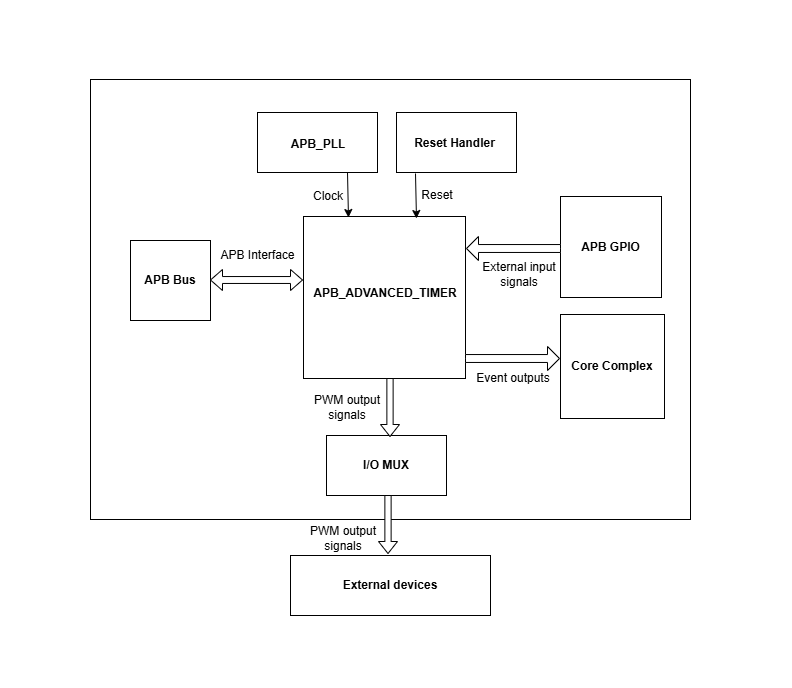
cst-rameez/core-v-mcu keeps this draw.io diagram as docs/doc-src/ip-blocks/apb_adv_timer_soc_connections.png. Above is the earlier version. Source tidied: cells renumbered, new cells last; positions are measured from the earlier drawing's top-left corner, leaving out a move shared by most shapes.
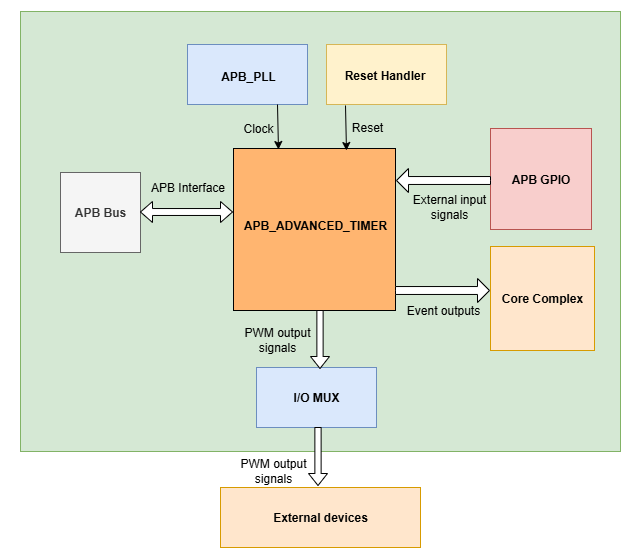
After the commit.

Commit message:
updated the apb advanced timer with diagrams

What changed in the source:
```diff
@@ -2,25 +2,25 @@
   <root>
     <mxCell id="0" />
     <mxCell id="1" parent="0" />
-    <mxCell id="2" style="rounded=0;whiteSpace=wrap;html=1;" parent="1" vertex="1">
+    <mxCell id="2" style="rounded=0;whiteSpace=wrap;html=1;fillColor=#d5e8d4;strokeColor=#82b366;" parent="1" vertex="1">
       <mxGeometry x="90" y="79" width="600" height="440" as="geometry" />
     </mxCell>
-    <mxCell id="3" style="whiteSpace=wrap;html=1;" parent="1" vertex="1">
+    <mxCell id="3" style="whiteSpace=wrap;html=1;fillColor=#FFB570;" parent="1" vertex="1">
       <mxGeometry x="303" y="216" width="162" height="162" as="geometry" />
     </mxCell>
-    <mxCell id="4" style="rounded=0;whiteSpace=wrap;html=1;" parent="1" vertex="1">
+    <mxCell id="4" style="rounded=0;whiteSpace=wrap;html=1;fillColor=#dae8fc;strokeColor=#6c8ebf;" parent="1" vertex="1">
       <mxGeometry x="257" y="112" width="120" height="60" as="geometry" />
     </mxCell>
-    <mxCell id="5" style="rounded=0;whiteSpace=wrap;html=1;" parent="1" vertex="1">
+    <mxCell id="5" style="rounded=0;whiteSpace=wrap;html=1;fillColor=#fff2cc;strokeColor=#d6b656;" parent="1" vertex="1">
       <mxGeometry x="396" y="112" width="120" height="60" as="geometry" />
     </mxCell>
-    <mxCell id="6" value="&lt;b&gt;APB Bus&lt;/b&gt;" style="whiteSpace=wrap;html=1;" parent="1" vertex="1">
+    <mxCell id="6" value="&lt;b&gt;APB Bus&lt;/b&gt;" style="whiteSpace=wrap;html=1;fillColor=#f5f5f5;fontColor=#333333;strokeColor=#666666;" parent="1" vertex="1">
       <mxGeometry x="130" y="240" width="80" height="80" as="geometry" />
     </mxCell>
-    <mxCell id="7" value="&lt;b&gt;APB GPIO&lt;/b&gt;" style="whiteSpace=wrap;html=1;" parent="1" vertex="1">
+    <mxCell id="7" value="&lt;b&gt;APB GPIO&lt;/b&gt;" style="whiteSpace=wrap;html=1;fillColor=#f8cecc;strokeColor=#b85450;" parent="1" vertex="1">
       <mxGeometry x="560" y="196" width="101" height="101" as="geometry" />
     </mxCell>
-    <mxCell id="8" value="&lt;b&gt;Core Complex&lt;/b&gt;" style="whiteSpace=wrap;html=1;" parent="1" vertex="1">
+    <mxCell id="8" value="&lt;b&gt;Core Complex&lt;/b&gt;" style="whiteSpace=wrap;html=1;fillColor=#ffe6cc;strokeColor=#d79b00;" parent="1" vertex="1">
       <mxGeometry x="560" y="314" width="104" height="104" as="geometry" />
     </mxCell>
     <mxCell id="9" value="&lt;b&gt;APB_ADVANCED_TIMER&lt;/b&gt;" style="text;strokeColor=none;align=center;fillColor=none;html=1;verticalAlign=middle;whiteSpace=wrap;rounded=0;" parent="1" vertex="1">
@@ -55,7 +55,7 @@
     <mxCell id="17" value="APB Interface" style="text;strokeColor=none;align=center;fillColor=none;html=1;verticalAlign=middle;whiteSpace=wrap;rounded=0;" parent="1" vertex="1">
       <mxGeometry x="216" y="238" width="83" height="33" as="geometry" />
     </mxCell>
-    <mxCell id="18" value="&lt;b&gt;I/O MUX&lt;/b&gt;" style="rounded=0;whiteSpace=wrap;html=1;" parent="1" vertex="1">
+    <mxCell id="18" value="&lt;b&gt;I/O MUX&lt;/b&gt;" style="rounded=0;whiteSpace=wrap;html=1;fillColor=#dae8fc;strokeColor=#6c8ebf;" parent="1" vertex="1">
       <mxGeometry x="326" y="435" width="120" height="60" as="geometry" />
     </mxCell>
     <mxCell id="19" style="html=1;shadow=0;dashed=0;align=center;verticalAlign=middle;shape=mxgraph.arrows2.arrow;dy=0.67;dx=12;flipH=1;notch=0;" parent="1" vertex="1">
@@ -70,7 +70,7 @@
     <mxCell id="22" style="html=1;shadow=0;dashed=0;align=center;verticalAlign=middle;shape=mxgraph.arrows2.arrow;dy=0.67;dx=12;flipH=1;notch=0;direction=south;" parent="1" vertex="1">
       <mxGeometry x="378" y="495" width="19" height="58" as="geometry" />
     </mxCell>
-    <mxCell id="23" value="&lt;b&gt;External devices&lt;/b&gt;" style="rounded=0;whiteSpace=wrap;html=1;" parent="1" vertex="1">
+    <mxCell id="23" value="&lt;b&gt;External devices&lt;/b&gt;" style="rounded=0;whiteSpace=wrap;html=1;fillColor=#ffe6cc;strokeColor=#d79b00;" parent="1" vertex="1">
       <mxGeometry x="290" y="555" width="200" height="60" as="geometry" />
     </mxCell>
     <mxCell id="24" value="External input signals" style="text;strokeColor=none;align=center;fillColor=none;html=1;verticalAlign=middle;whiteSpace=wrap;rounded=0;" parent="1" vertex="1">
@@ -86,16 +86,16 @@
       <mxGeometry x="299" y="523" width="88" height="30" as="geometry" />
     </mxCell>
     <mxCell id="28" style="rounded=0;whiteSpace=wrap;html=1;strokeColor=#FFFFFF;" parent="1" vertex="1">
-      <mxGeometry x="340" y="627" width="120" height="60" as="geometry" />
+      <mxGeometry x="340" y="620" width="120" height="3" as="geometry" />
     </mxCell>
     <mxCell id="29" style="rounded=0;whiteSpace=wrap;html=1;strokeColor=#FFFFFF;" parent="1" vertex="1">
-      <mxGeometry x="310" width="120" height="60" as="geometry" />
+      <mxGeometry x="310" y="68" width="120" as="geometry" />
     </mxCell>
     <mxCell id="30" style="rounded=0;whiteSpace=wrap;html=1;strokeColor=#FFFFFF;direction=south;" parent="1" vertex="1">
-      <mxGeometry x="731" y="233" width="60" height="120" as="geometry" />
+      <mxGeometry x="702" y="233" width="9" height="120" as="geometry" />
     </mxCell>
     <mxCell id="31" style="rounded=0;whiteSpace=wrap;html=1;strokeColor=#FFFFFF;direction=south;" parent="1" vertex="1">
-      <mxGeometry y="238" width="60" height="120" as="geometry" />
+      <mxGeometry x="70" y="238" width="10" height="120" as="geometry" />
     </mxCell>
   </root>
 </mxGraphModel>
```
